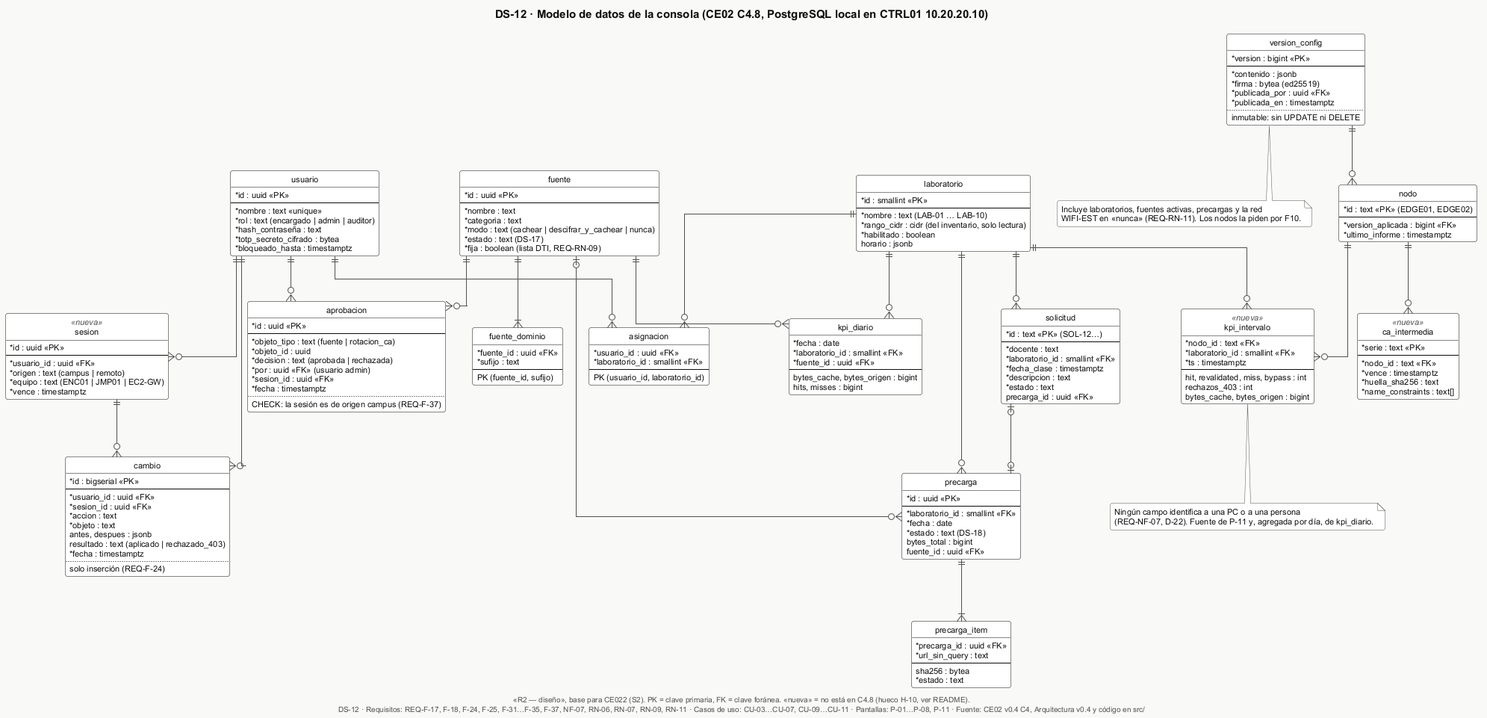
Above: docs/software/e1/diagramas/png/DS-12-modelo-datos.png in Nick-Saim-MJ/Project-Celeris (PlantUML), before the change.
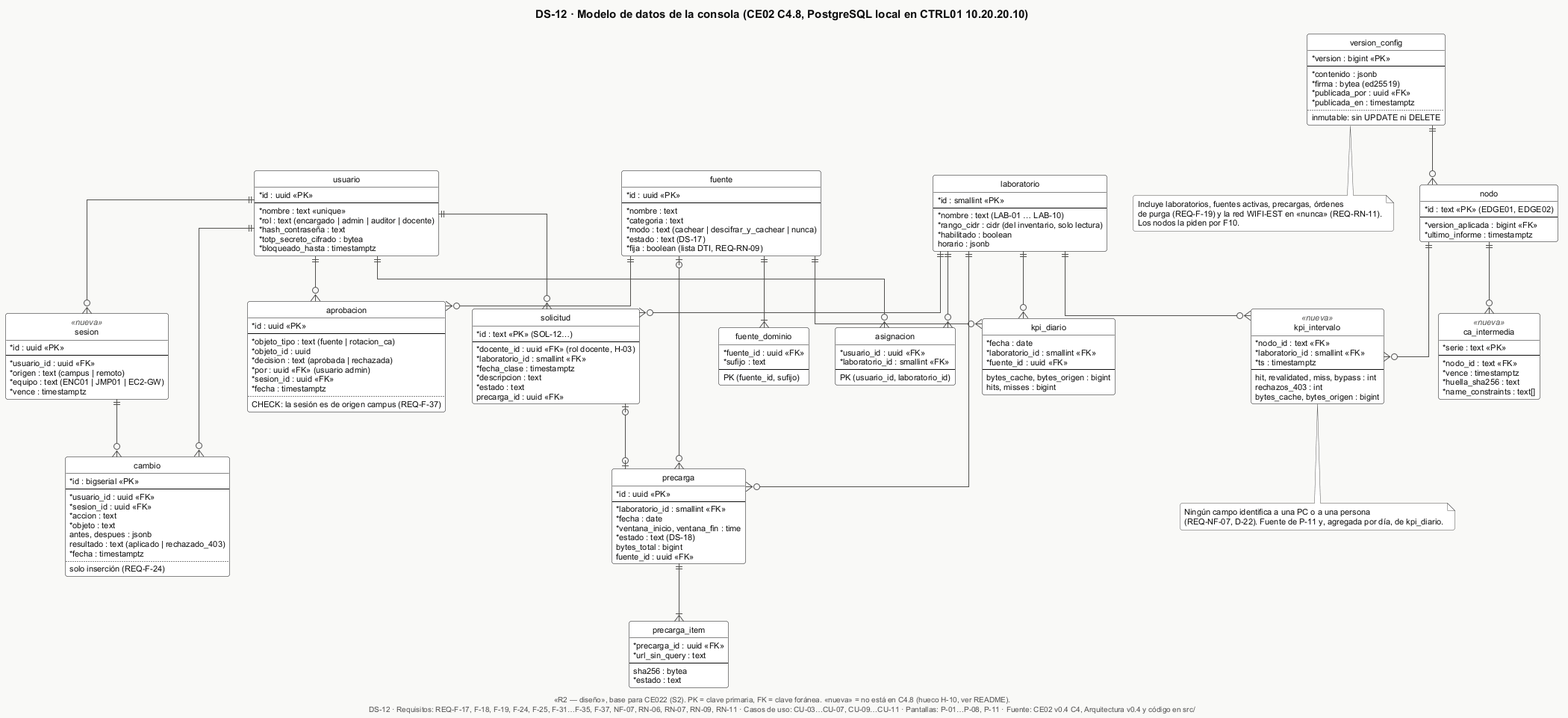
The same diagram one commit later.

The edit, as a diff of the source:
```diff
@@ -8,7 +8,7 @@
   * id : uuid <<PK>>
   --
   * nombre : text <<unique>>
-  * rol : text (encargado | admin | auditor)
+  * rol : text (encargado | admin | auditor | docente)
   * hash_contraseña : text
   * totp_secreto_cifrado : bytea
   * bloqueado_hasta : timestamptz
@@ -65,7 +65,7 @@
 entity solicitud {
   * id : text <<PK>> (SOL-12…)
   --
-  * docente : text
+  * docente_id : uuid <<FK>> (rol docente, H-03)
   * laboratorio_id : smallint <<FK>>
   * fecha_clase : timestamptz
   * descripcion : text
@@ -77,6 +77,7 @@
   --
   * laboratorio_id : smallint <<FK>>
   * fecha : date
+  * ventana_inicio, ventana_fin : time
   * estado : text (DS-18)
   bytes_total : bigint
   fuente_id : uuid <<FK>>
@@ -150,6 +151,7 @@
 fuente ||--o{ aprobacion
 usuario ||--o{ aprobacion
 laboratorio ||--o{ solicitud
+usuario ||--o{ solicitud
 solicitud |o--o| precarga
 laboratorio ||--o{ precarga
 precarga ||--|{ precarga_item
@@ -168,9 +170,10 @@
   (REQ-NF-07, D-22). Fuente de P-11 y, agregada por día, de kpi_diario.
 end note
 note bottom of version_config
-  Incluye laboratorios, fuentes activas, precargas y la red
-  WIFI-EST en «nunca» (REQ-RN-11). Los nodos la piden por F10.
+  Incluye laboratorios, fuentes activas, precargas, órdenes
+  de purga (REQ-F-19) y la red WIFI-EST en «nunca» (REQ-RN-11).
+  Los nodos la piden por F10.
 end note
 
-$pie("DS-12", "REQ-F-17, F-18, F-24, F-25, F-31…F-35, F-37, NF-07, RN-06, RN-07, RN-09, RN-11", "CU-03…CU-07, CU-09…CU-11", "P-01…P-08, P-11")
+$pie("DS-12", "REQ-F-17, F-18, F-19, F-24, F-25, F-31…F-35, F-37, NF-07, RN-06, RN-07, RN-09, RN-11", "CU-03…CU-07, CU-09…CU-11", "P-01…P-08, P-11")
 @enduml
```
